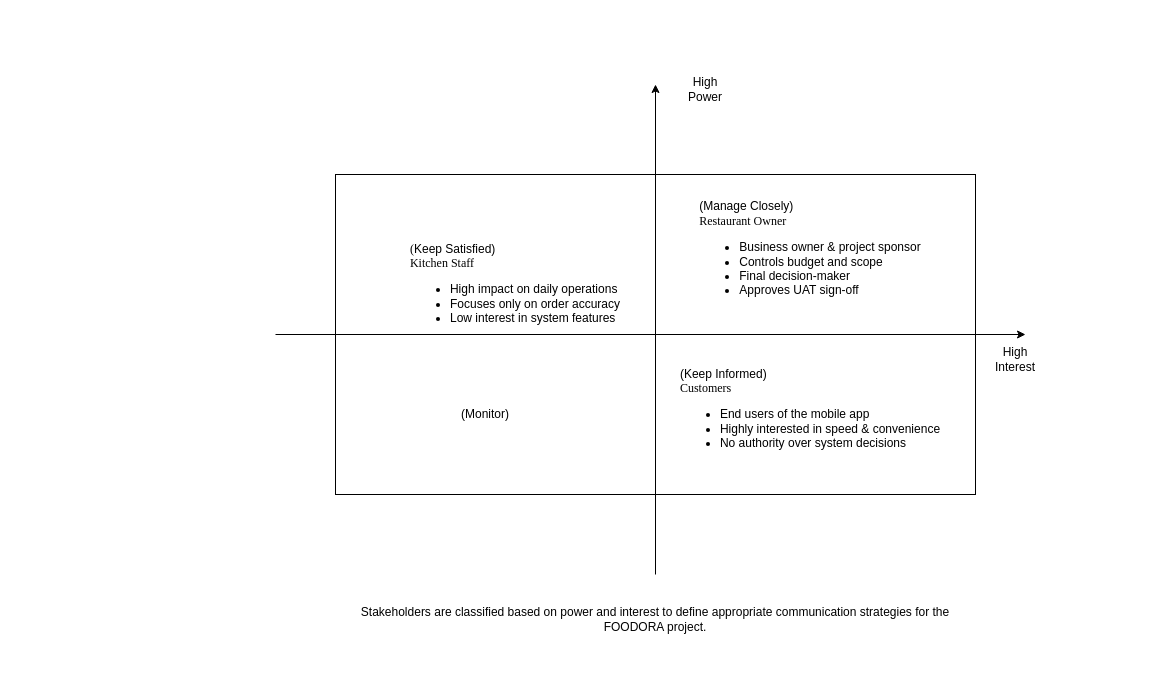
The draw.io diagram assets/images/diagrams/Stakeholder Analysis Matrix.drawio in HaiSGU/foodora-ba-portfolio, before the edit. Source tidied: cells renumbered, new cells numbered last; positions are measured from the earlier drawing's top-left corner, leaving out a move shared by most shapes. Both pictures are drawn from the tidied source at 100%, with x=0, y=0 at pixel (275, 74).
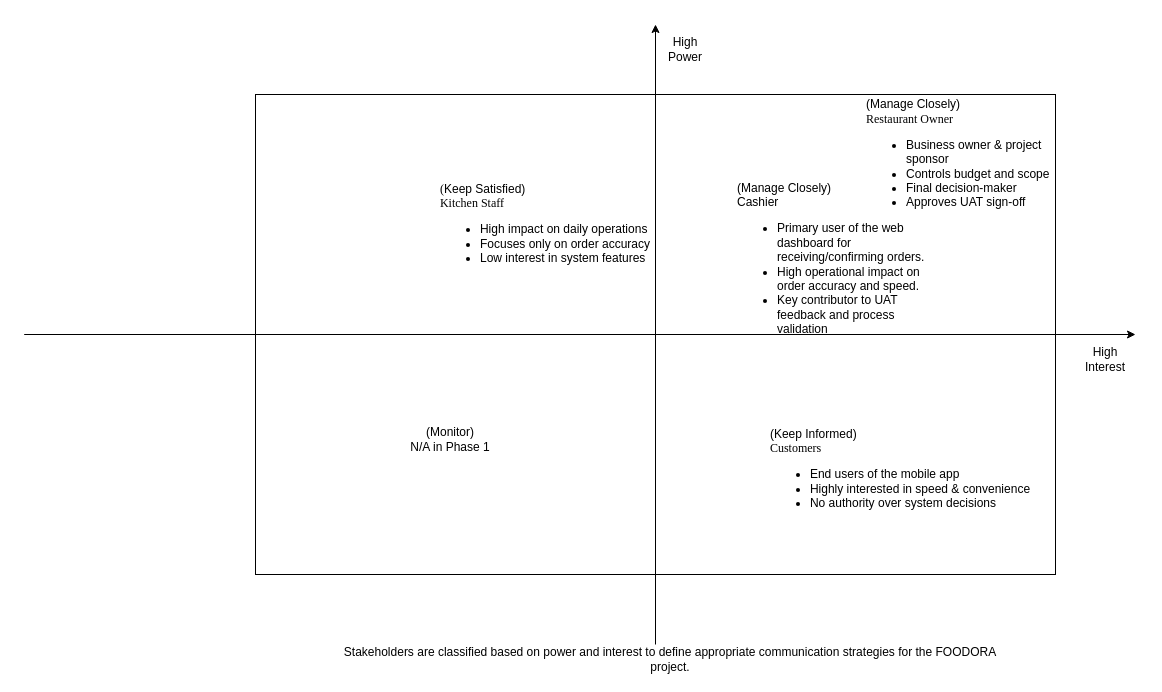
The same diagram, later.

Change to the diagram source:
```diff
@@
 <mxGraphModel>
   <root>
     <mxCell id="0" />
     <mxCell id="1" parent="0" />
     <mxCell id="2" style="rounded=0;whiteSpace=wrap;html=1;" parent="1" vertex="1">
-      <mxGeometry x="60" y="100" width="640" height="320" as="geometry" />
+      <mxGeometry x="-20" y="20" width="800" height="480" as="geometry" />
     </mxCell>
     <mxCell id="3" style="endArrow=classic;html=1;rounded=0;" parent="1" edge="1">
       <mxGeometry relative="1" as="geometry">
-        <mxPoint x="380" y="500" as="sourcePoint" />
-        <mxPoint x="380" y="10" as="targetPoint" />
+        <mxPoint x="380" y="570" as="sourcePoint" />
+        <mxPoint x="380" y="-50" as="targetPoint" />
       </mxGeometry>
     </mxCell>
     <mxCell id="4" style="endArrow=classic;html=1;rounded=0;" parent="1" edge="1">
       <mxGeometry relative="1" as="geometry">
-        <mxPoint y="260" as="sourcePoint" />
-        <mxPoint x="750" y="260" as="targetPoint" />
+        <mxPoint x="-251.3" y="260" as="sourcePoint" />
+        <mxPoint x="860" y="260" as="targetPoint" />
       </mxGeometry>
     </mxCell>
     <mxCell id="5" value="High Power" style="text;html=1;whiteSpace=wrap;strokeColor=none;fillColor=none;align=center;verticalAlign=middle;rounded=0;" parent="1" vertex="1">
-      <mxGeometry x="400" width="60" height="30" as="geometry" />
+      <mxGeometry x="380" y="-40" width="60" height="30" as="geometry" />
     </mxCell>
     <mxCell id="6" value="High Interest" style="text;html=1;whiteSpace=wrap;strokeColor=none;fillColor=none;align=center;verticalAlign=middle;rounded=0;" parent="1" vertex="1">
-      <mxGeometry x="710" y="270" width="60" height="30" as="geometry" />
+      <mxGeometry x="800" y="270" width="60" height="30" as="geometry" />
     </mxCell>
     <mxCell id="7" value="&lt;div style=&quot;text-align: left;&quot;&gt;(Manage Closely)&lt;span style=&quot;font-family: &amp;quot;Times New Roman&amp;quot;; background-color: transparent; color: light-dark(rgb(0, 0, 0), rgb(255, 255, 255));&quot;&gt;&lt;/span&gt;&lt;/div&gt;&lt;div style=&quot;text-align: left;&quot;&gt;&lt;span style=&quot;font-family: &amp;quot;Times New Roman&amp;quot;; background-color: transparent; color: light-dark(rgb(0, 0, 0), rgb(255, 255, 255));&quot;&gt;Restaurant Owner&lt;/span&gt;&lt;/div&gt;&lt;div&gt;&lt;ul&gt;&lt;li style=&quot;text-align: left;&quot;&gt;Business owner &amp;amp; project sponsor&lt;/li&gt;&lt;li style=&quot;text-align: left;&quot;&gt;Controls budget and scope&lt;/li&gt;&lt;li style=&quot;text-align: left;&quot;&gt;Final decision-maker&lt;/li&gt;&lt;li style=&quot;text-align: left;&quot;&gt;Approves UAT sign-off&lt;/li&gt;&lt;/ul&gt;&lt;font face=&quot;Times New Roman&quot;&gt;&lt;/font&gt;&lt;/div&gt;" style="text;html=1;whiteSpace=wrap;strokeColor=none;fillColor=none;align=center;verticalAlign=middle;rounded=0;" parent="1" vertex="1">
-      <mxGeometry x="380" y="100" width="310" height="160" as="geometry" />
+      <mxGeometry x="590" y="20" width="190" height="130" as="geometry" />
     </mxCell>
     <mxCell id="8" value="&lt;div style=&quot;text-align: left;&quot;&gt;&lt;font face=&quot;Times New Roman&quot;&gt;(&lt;/font&gt;&lt;span style=&quot;background-color: transparent; color: light-dark(rgb(0, 0, 0), rgb(255, 255, 255)); text-align: center;&quot;&gt;Keep Satisfied)&lt;/span&gt;&lt;/div&gt;&lt;div style=&quot;text-align: left;&quot;&gt;&lt;font face=&quot;Times New Roman&quot;&gt;Kitchen Staff&lt;/font&gt;&lt;/div&gt;&lt;div&gt;&lt;ul&gt;&lt;li style=&quot;text-align: left;&quot;&gt;High impact on daily operations&lt;/li&gt;&lt;li style=&quot;text-align: left;&quot;&gt;Focuses only on order accuracy&lt;/li&gt;&lt;li style=&quot;text-align: left;&quot;&gt;Low interest in system features&lt;/li&gt;&lt;/ul&gt;&lt;font face=&quot;Times New Roman&quot;&gt;&lt;/font&gt;&lt;/div&gt;" style="text;html=1;whiteSpace=wrap;strokeColor=none;fillColor=none;align=center;verticalAlign=middle;rounded=0;" parent="1" vertex="1">
-      <mxGeometry x="100" y="170" width="280" height="90" as="geometry" />
+      <mxGeometry x="130" y="110" width="280" height="90" as="geometry" />
     </mxCell>
     <mxCell id="9" value="&lt;div style=&quot;text-align: left;&quot;&gt;(Keep Informed)&lt;font face=&quot;Times New Roman&quot;&gt;&lt;/font&gt;&lt;/div&gt;&lt;div style=&quot;text-align: left;&quot;&gt;&lt;font face=&quot;Times New Roman&quot;&gt;Customers&lt;/font&gt;&lt;/div&gt;&lt;div&gt;&lt;ul&gt;&lt;li style=&quot;text-align: left;&quot;&gt;End users of the mobile app&lt;/li&gt;&lt;li style=&quot;text-align: left;&quot;&gt;Highly interested in speed &amp;amp; convenience&lt;/li&gt;&lt;li style=&quot;text-align: left;&quot;&gt;No authority over system decisions&lt;/li&gt;&lt;/ul&gt;&lt;font face=&quot;Times New Roman&quot;&gt;&lt;/font&gt;&lt;/div&gt;" style="text;html=1;whiteSpace=wrap;strokeColor=none;fillColor=none;align=center;verticalAlign=middle;rounded=0;" parent="1" vertex="1">
-      <mxGeometry x="380" y="260" width="310" height="160" as="geometry" />
+      <mxGeometry x="470" y="320" width="310" height="160" as="geometry" />
     </mxCell>
     <mxCell id="10" value="Stakeholders are classified based on power and interest to define appropriate communication strategies for the FOODORA project." style="text;html=1;whiteSpace=wrap;strokeColor=none;fillColor=none;align=center;verticalAlign=middle;rounded=0;" parent="1" vertex="1">
-      <mxGeometry x="60" y="530" width="640" height="30" as="geometry" />
+      <mxGeometry x="60" y="570" width="670" height="30" as="geometry" />
     </mxCell>
-    <mxCell id="11" value="(Monitor)" style="text;html=1;whiteSpace=wrap;strokeColor=none;fillColor=none;align=center;verticalAlign=middle;rounded=0;" parent="1" vertex="1">
-      <mxGeometry x="180" y="325" width="60" height="30" as="geometry" />
+    <mxCell id="11" value="(Monitor)&lt;div&gt;N/A in Phase 1&lt;/div&gt;" style="text;html=1;whiteSpace=wrap;strokeColor=none;fillColor=none;align=center;verticalAlign=middle;rounded=0;" parent="1" vertex="1">
+      <mxGeometry x="130" y="350" width="90" height="30" as="geometry" />
     </mxCell>
+    <mxCell id="12" value="(Manage Closely)&lt;div&gt;Cashier&lt;/div&gt;&lt;div&gt;&lt;ul&gt;&lt;li style=&quot;&quot;&gt;&lt;span style=&quot;background-color: transparent; color: light-dark(rgb(0, 0, 0), rgb(255, 255, 255));&quot;&gt;Primary user of the web dashboard for receiving/confirming orders.&lt;/span&gt;&lt;/li&gt;&lt;li style=&quot;&quot;&gt;&lt;span style=&quot;background-color: transparent; color: light-dark(rgb(0, 0, 0), rgb(255, 255, 255));&quot;&gt;High operational impact on order accuracy and speed.&lt;/span&gt;&lt;/li&gt;&lt;li style=&quot;&quot;&gt;&lt;span style=&quot;background-color: transparent; color: light-dark(rgb(0, 0, 0), rgb(255, 255, 255));&quot;&gt;Key contributor to UAT feedback and process validation&lt;/span&gt;&lt;/li&gt;&lt;/ul&gt;&lt;/div&gt;" style="text;html=1;whiteSpace=wrap;strokeColor=none;fillColor=none;align=left;verticalAlign=middle;rounded=0;" parent="1" vertex="1">
+      <mxGeometry x="460" y="130" width="190" height="120" as="geometry" />
+    </mxCell>
   </root>
 </mxGraphModel>
```
